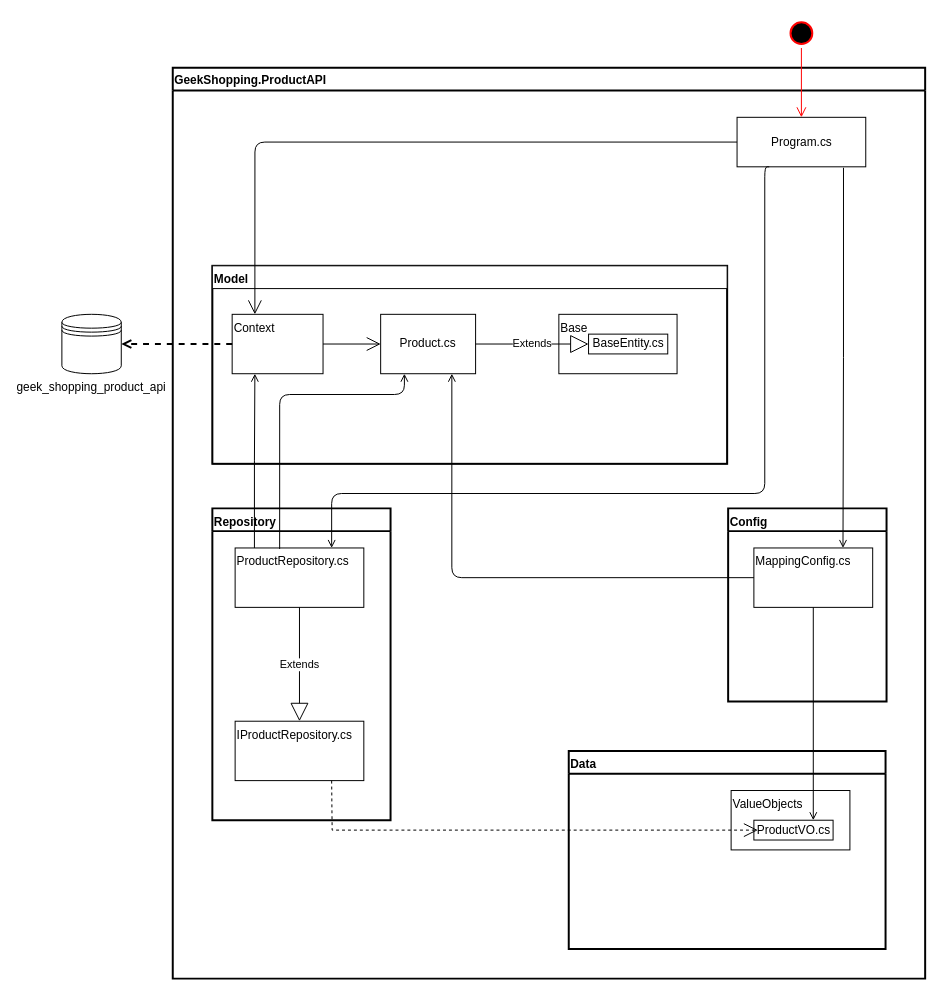
This is GeekShopping/Docs/GeekShopping.ProductAPI.drawio from giovanesd/erudio-microservices-dotnet6, a draw.io file, before an edit. Source tidied: cells renumbered, new cells numbered last; positions are measured from the earlier drawing's top-left corner, leaving out a move shared by most shapes. Both pictures are drawn from the tidied source at 99%, with x=0, y=0 at pixel (61, 18).
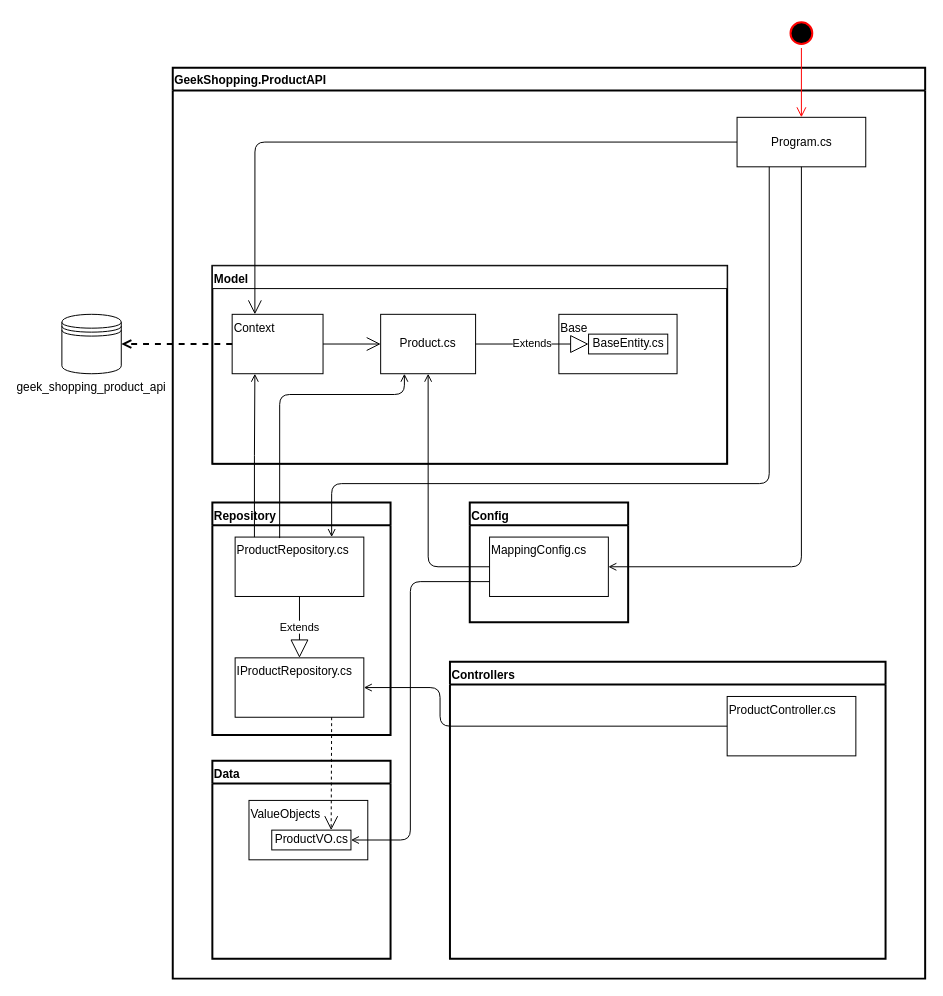
The same diagram, later.

Commit message (it also covers changes not shown here):
MS ProductAPI: Coded operations findAll and findById of ProductController.

Unchanged cells that the change refers to:
```xml
<mxCell id="7" value="Product.cs" style="rounded=0;whiteSpace=wrap;html=1;" parent="3" vertex="1">
  <mxGeometry x="170" y="49" width="95.9" height="60" as="geometry" />
</mxCell>
<mxCell id="10" value="GeekShopping.ProductAPI" style="swimlane;align=left;strokeWidth=2;" parent="1" vertex="1">
  <mxGeometry x="112" y="50" width="760" height="920" as="geometry" />
</mxCell>
<mxCell id="13" value="Program.cs" style="html=1;" parent="10" vertex="1">
  <mxGeometry x="570" y="50" width="130" height="50" as="geometry" />
</mxCell>
<mxCell id="22" value="ProductVO.cs" style="html=1;" parent="20" vertex="1">
  <mxGeometry x="23" y="30" width="80" height="20" as="geometry" />
</mxCell>
```

Diff of the diagram source:
```diff
@@
     <mxCell id="11" value="Config" style="swimlane;whiteSpace=wrap;html=1;align=left;verticalAlign=top;strokeWidth=2;" parent="10" vertex="1">
-      <mxGeometry x="561" y="445" width="160" height="195" as="geometry" />
+      <mxGeometry x="300" y="439" width="160" height="121" as="geometry" />
     </mxCell>
     <mxCell id="12" value="MappingConfig.cs" style="rounded=0;whiteSpace=wrap;html=1;align=left;verticalAlign=top;" parent="11" vertex="1">
-      <mxGeometry x="26" y="40" width="120" height="60" as="geometry" />
+      <mxGeometry x="20" y="35" width="120" height="60" as="geometry" />
     </mxCell>
@@
     <mxCell id="14" value="Repository" style="swimlane;whiteSpace=wrap;html=1;align=left;verticalAlign=top;strokeWidth=2;" parent="10" vertex="1">
-      <mxGeometry x="40" y="445" width="180" height="315" as="geometry" />
+      <mxGeometry x="40" y="439" width="180" height="235" as="geometry" />
     </mxCell>
     <mxCell id="15" value="IProductRepository.cs" style="rounded=0;whiteSpace=wrap;html=1;align=left;verticalAlign=top;" parent="14" vertex="1">
-      <mxGeometry x="23" y="215" width="130" height="60" as="geometry" />
+      <mxGeometry x="23" y="157" width="130" height="60" as="geometry" />
     </mxCell>
     <mxCell id="16" value="ProductRepository.cs" style="rounded=0;whiteSpace=wrap;html=1;align=left;verticalAlign=top;" parent="14" vertex="1">
-      <mxGeometry x="23" y="40" width="130" height="60" as="geometry" />
+      <mxGeometry x="23" y="35" width="130" height="60" as="geometry" />
     </mxCell>
@@
-    <mxCell id="18" style="edgeStyle=orthogonalEdgeStyle;rounded=0;jettySize=auto;html=1;exitX=0.827;exitY=1.02;exitDx=0;exitDy=0;entryX=0.75;entryY=0;entryDx=0;entryDy=0;endArrow=open;endFill=0;exitPerimeter=0;" parent="10" edge="1" source="13" target="12">
+    <mxCell id="18" style="edgeStyle=orthogonalEdgeStyle;rounded=1;jettySize=auto;html=1;exitX=0.5;exitY=1;exitDx=0;exitDy=0;entryX=1;entryY=0.5;entryDx=0;entryDy=0;endArrow=open;endFill=0;" parent="10" edge="1" source="13" target="12">
       <mxGeometry relative="1" as="geometry" />
     </mxCell>
     <mxCell id="19" value="Data" style="swimlane;whiteSpace=wrap;html=1;align=left;verticalAlign=top;strokeWidth=2;" parent="10" vertex="1">
-      <mxGeometry x="400" y="690" width="320" height="200" as="geometry" />
+      <mxGeometry x="40" y="700" width="180" height="200" as="geometry" />
     </mxCell>
     <mxCell id="20" style="group;" parent="19" vertex="1">
-      <mxGeometry x="164" y="40" width="120" height="60" as="geometry" />
+      <mxGeometry x="37" y="40" width="120" height="60" as="geometry" />
     </mxCell>
@@
-    <mxCell id="23" style="edgeStyle=orthogonalEdgeStyle;rounded=0;jettySize=auto;html=1;exitX=0.5;exitY=1;exitDx=0;exitDy=0;entryX=0.75;entryY=0;entryDx=0;entryDy=0;endArrow=open;endFill=0;" parent="10" edge="1" source="12" target="22">
-      <mxGeometry relative="1" as="geometry" />
+    <mxCell id="23" style="edgeStyle=orthogonalEdgeStyle;rounded=1;jettySize=auto;html=1;exitX=0;exitY=0.75;exitDx=0;exitDy=0;entryX=1;entryY=0.5;entryDx=0;entryDy=0;endArrow=open;endFill=0;" parent="10" edge="1" source="12" target="22">
+      <mxGeometry relative="1" as="geometry">
+        <Array as="points">
+          <mxPoint x="240" y="519" />
+          <mxPoint x="240" y="780" />
+        </Array>
+      </mxGeometry>
     </mxCell>
-    <mxCell id="24" style="endArrow=open;endFill=1;endSize=12;html=1;rounded=0;dashed=1;entryX=0;entryY=0.5;entryDx=0;entryDy=0;exitX=0.75;exitY=1;exitDx=0;exitDy=0;" parent="10" edge="1" source="15">
-      <mxGeometry relative="1" as="geometry">
-        <mxPoint x="591" y="770" as="targetPoint" />
-        <Array as="points">
-          <mxPoint x="161" y="770" />
-        </Array>
-      </mxGeometry>
+    <mxCell id="24" style="endArrow=open;endFill=1;endSize=12;html=1;rounded=1;dashed=1;entryX=0.75;entryY=0;entryDx=0;entryDy=0;exitX=0.75;exitY=1;exitDx=0;exitDy=0;" parent="10" edge="1" source="15" target="22">
+      <mxGeometry relative="1" as="geometry" />
     </mxCell>
     <mxCell id="25" style="edgeStyle=orthogonalEdgeStyle;jettySize=auto;html=1;exitX=0.25;exitY=1;exitDx=0;exitDy=0;strokeWidth=1;startArrow=none;startFill=0;endArrow=open;endFill=0;entryX=0.75;entryY=0;entryDx=0;entryDy=0;strokeColor=default;rounded=1;" parent="10" edge="1" source="13" target="16">
       <mxGeometry relative="1" as="geometry">
         <Array as="points">
-          <mxPoint x="598" y="100" />
-          <mxPoint x="598" y="430" />
-          <mxPoint x="161" y="430" />
+          <mxPoint x="603" y="420" />
+          <mxPoint x="161" y="420" />
         </Array>
       </mxGeometry>
     </mxCell>
+    <mxCell id="34" value="Controllers" style="swimlane;whiteSpace=wrap;html=1;align=left;verticalAlign=top;strokeWidth=2;" parent="10" vertex="1">
+      <mxGeometry x="280" y="600" width="440" height="300" as="geometry" />
+    </mxCell>
+    <mxCell id="35" value="ProductController.cs" style="rounded=0;whiteSpace=wrap;html=1;align=left;verticalAlign=top;" parent="34" vertex="1">
+      <mxGeometry x="280" y="35" width="130" height="60" as="geometry" />
+    </mxCell>
+    <mxCell id="36" style="edgeStyle=orthogonalEdgeStyle;rounded=1;sketch=0;jumpStyle=none;jettySize=auto;html=1;exitX=0;exitY=0.5;exitDx=0;exitDy=0;entryX=1;entryY=0.5;entryDx=0;entryDy=0;shadow=0;strokeColor=default;strokeWidth=1;startArrow=none;startFill=0;endArrow=open;endFill=0;" parent="10" edge="1" source="35" target="15">
+      <mxGeometry relative="1" as="geometry">
+        <Array as="points">
+          <mxPoint x="270" y="665" />
+          <mxPoint x="270" y="626" />
+        </Array>
+      </mxGeometry>
+    </mxCell>
@@
-    <mxCell id="29" style="edgeStyle=orthogonalEdgeStyle;rounded=1;jettySize=auto;html=1;strokeWidth=1;endArrow=none;endFill=0;startArrow=open;startFill=0;exitX=0.75;exitY=1;exitDx=0;exitDy=0;entryX=0;entryY=0.5;entryDx=0;entryDy=0;" parent="1" edge="1" source="7" target="12">
+    <mxCell id="29" style="edgeStyle=orthogonalEdgeStyle;rounded=1;jettySize=auto;html=1;strokeWidth=1;endArrow=none;endFill=0;startArrow=open;startFill=0;exitX=0.5;exitY=1;exitDx=0;exitDy=0;entryX=0;entryY=0.5;entryDx=0;entryDy=0;" parent="1" edge="1" source="7" target="12">
       <mxGeometry relative="1" as="geometry" />
     </mxCell>
```
